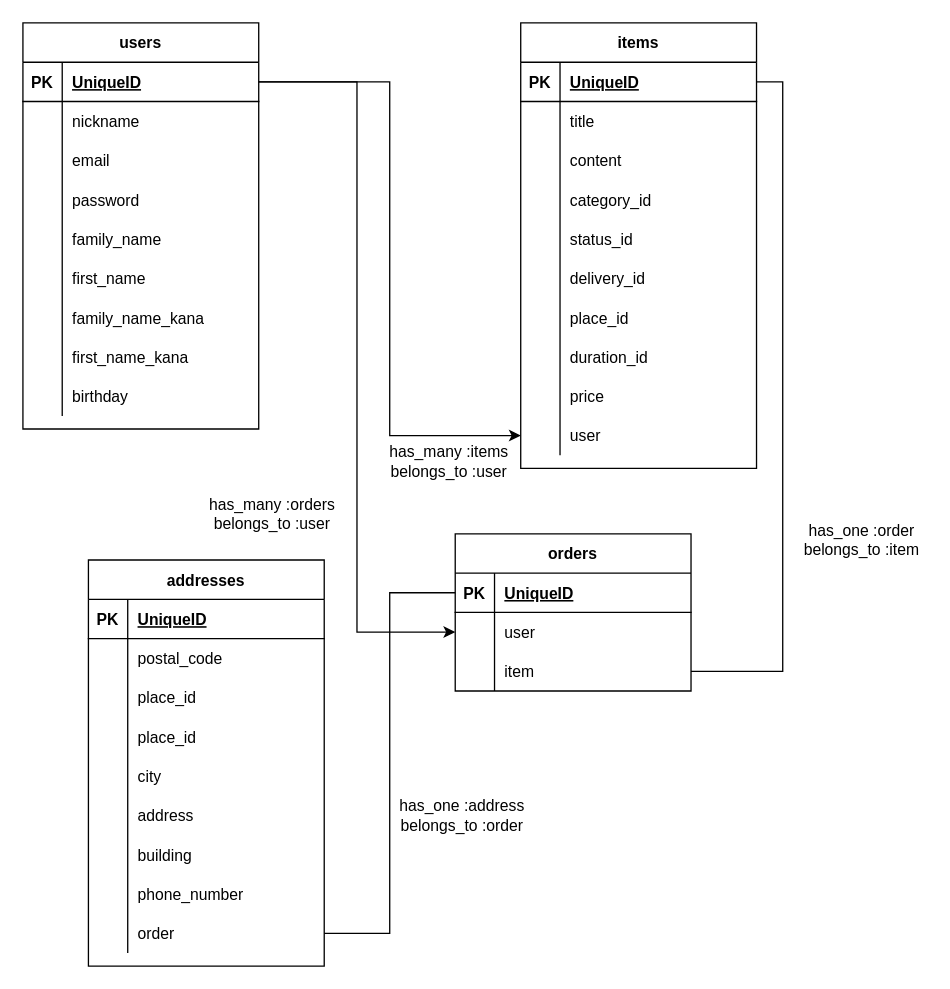
Earlier version of the draw.io diagram er.dio (tokiya-takai/furima-33949). Source tidied: cells renumbered, new cells numbered last; positions are measured from the earlier drawing's top-left corner, leaving out a move shared by most shapes. Both pictures are drawn from the tidied source at 131%, with x=0, y=0 at pixel (22, 22).
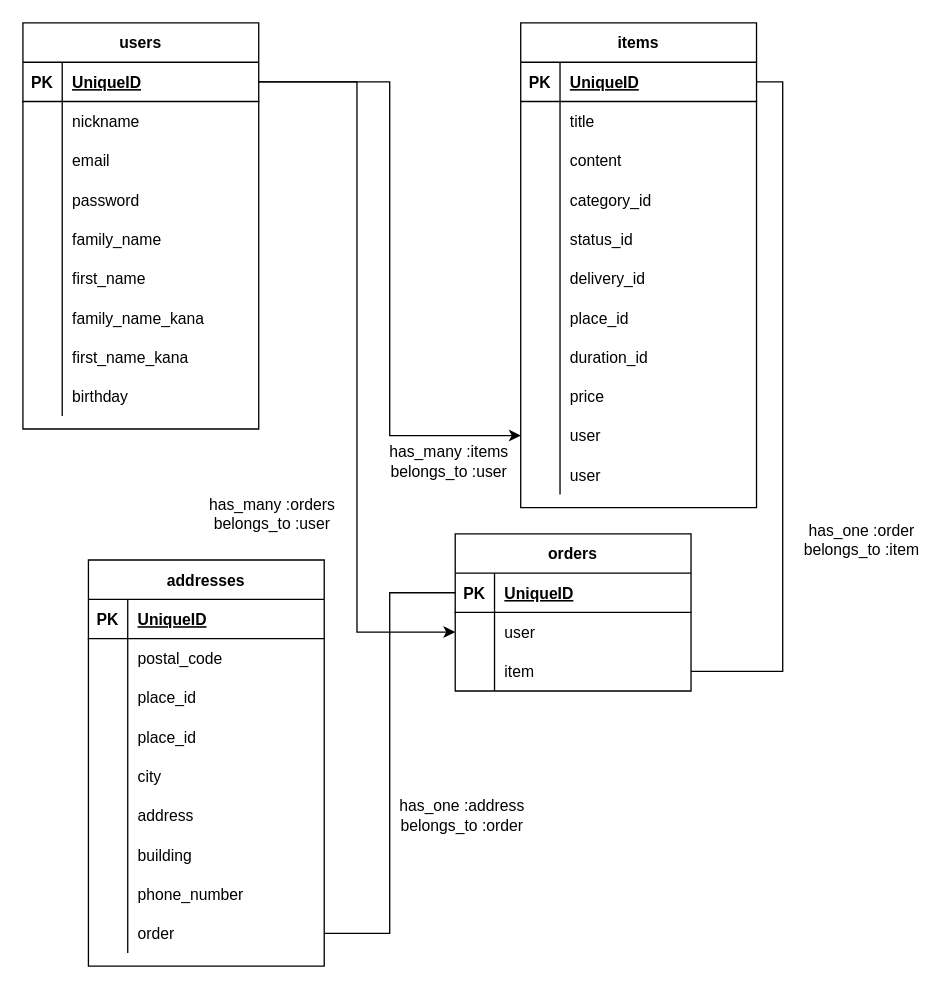
Above is the later version.

Diff of the diagram source:
```diff
@@
     <mxCell id="30" value="items" style="shape=table;startSize=30;childLayout=tableLayout;rowLines=0;fontStyle=1;align=center;" parent="1" vertex="1">
-      <mxGeometry x="380" width="180" height="340" as="geometry" />
+      <mxGeometry x="380" width="180" height="370" as="geometry" />
     </mxCell>
@@
+    <mxCell id="107" style="shape=partialRectangle;fillColor=none;top=0;left=0;bottom=0;right=0;" parent="30" vertex="1">
+      <mxGeometry y="330" width="180" height="30" as="geometry" />
+    </mxCell>
+    <mxCell id="108" style="shape=partialRectangle;fillColor=none;top=0;left=0;bottom=0;right=0;overflow=hidden;" parent="107" vertex="1">
+      <mxGeometry width="30" height="30" as="geometry" />
+    </mxCell>
+    <mxCell id="109" value="user" style="shape=partialRectangle;fillColor=none;top=0;left=0;bottom=0;right=0;align=left;spacingLeft=6;overflow=hidden;" parent="107" vertex="1">
+      <mxGeometry x="30" width="150" height="30" as="geometry" />
+    </mxCell>
```
